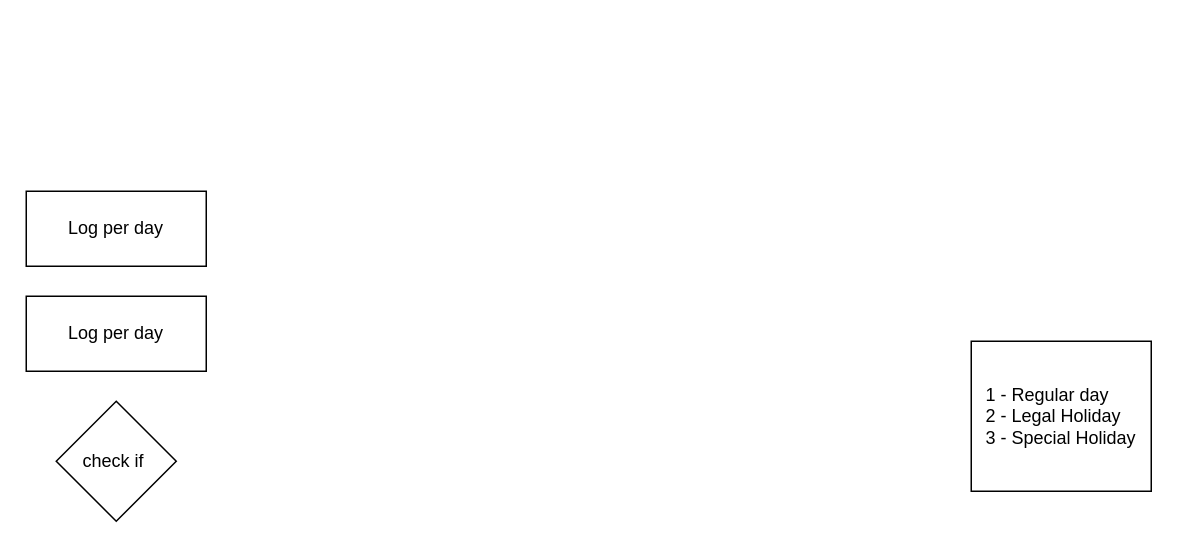
genmancoder/systems-diagrams keeps this draw.io diagram as kmcc/Untitled Diagram.drawio. Above is the earlier version. Source tidied: cells renumbered, new cells numbered last; positions are measured from the earlier drawing's top-left corner, leaving out a move shared by most shapes. Both pictures are drawn from the tidied source at 150%, with x=0, y=0 at pixel (26, 190).
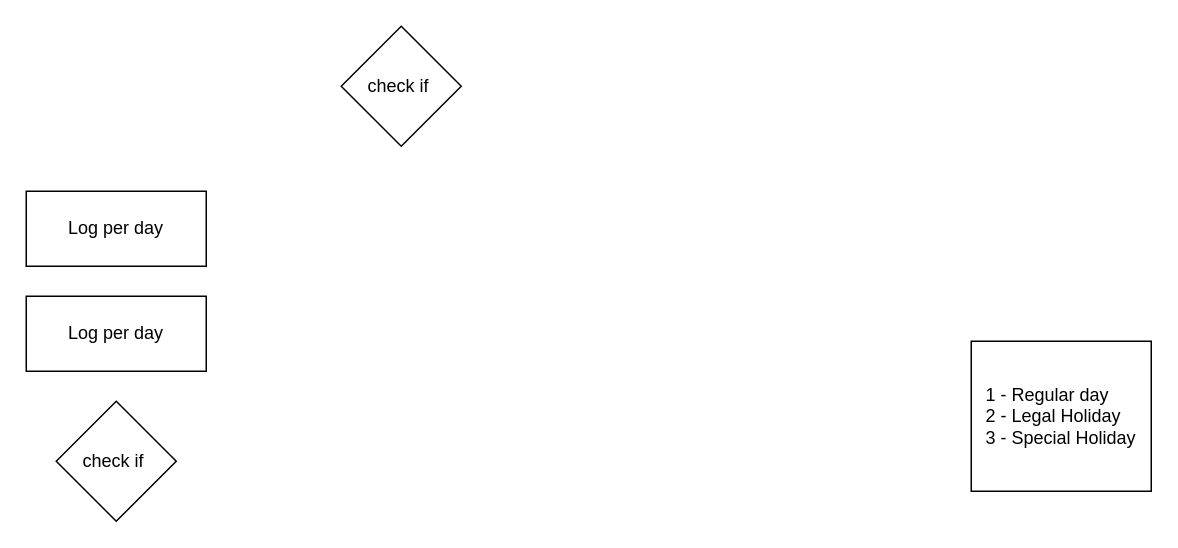
Above is the later version.

Diff of the diagram source:
```diff
@@
 <mxGraphModel>
   <root>
     <mxCell id="0" />
     <mxCell id="1" parent="0" />
     <mxCell id="2" value="&lt;div style=&quot;text-align: left;&quot;&gt;&lt;span style=&quot;background-color: initial;&quot;&gt;1 - Regular day&lt;/span&gt;&lt;/div&gt;&lt;div style=&quot;text-align: left;&quot;&gt;&lt;span style=&quot;background-color: initial;&quot;&gt;2 - Legal Holiday&lt;/span&gt;&lt;/div&gt;&lt;div style=&quot;text-align: left;&quot;&gt;&lt;span style=&quot;background-color: initial;&quot;&gt;3 - Special Holiday&lt;/span&gt;&lt;/div&gt;" style="rounded=0;whiteSpace=wrap;html=1;" parent="1" vertex="1">
       <mxGeometry x="630" y="100" width="120" height="100" as="geometry" />
     </mxCell>
     <mxCell id="3" value="Log per day" style="rounded=0;whiteSpace=wrap;html=1;" parent="1" vertex="1">
       <mxGeometry width="120" height="50" as="geometry" />
     </mxCell>
     <mxCell id="4" value="Log per day" style="rounded=0;whiteSpace=wrap;html=1;" parent="1" vertex="1">
       <mxGeometry y="70" width="120" height="50" as="geometry" />
     </mxCell>
     <mxCell id="5" value="check if&amp;nbsp;" style="rhombus;whiteSpace=wrap;html=1;" parent="1" vertex="1">
       <mxGeometry x="20" y="140" width="80" height="80" as="geometry" />
     </mxCell>
+    <mxCell id="6" value="check if&amp;nbsp;" style="rhombus;whiteSpace=wrap;html=1;" parent="1" vertex="1">
+      <mxGeometry x="210" y="-110" width="80" height="80" as="geometry" />
+    </mxCell>
   </root>
 </mxGraphModel>
```
